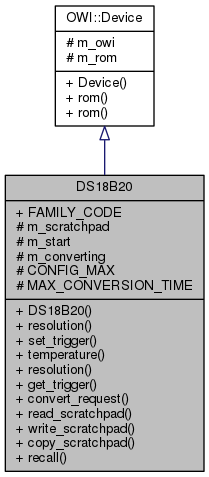
mikaelpatel/mikaelpatel.github.io keeps this Graphviz diagram as Arduino-OWI/d8/d99/classDS18B20__inherit__graph.png. Above is the earlier version. Its source is kept beside it as Arduino-OWI/d8/d99/classDS18B20__inherit__graph.dot.
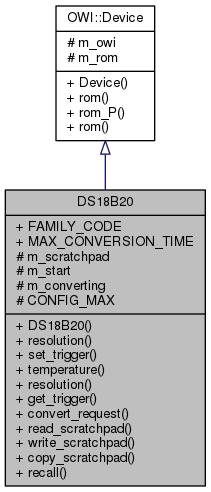
After the change.

The edit, as a diff of the source:
```diff
@@ -2,7 +2,7 @@
 {
   edge [fontname="Helvetica",fontsize="10",labelfontname="Helvetica",labelfontsize="10"];
   node [fontname="Helvetica",fontsize="10",shape=record];
-  Node1 [label="{DS18B20\n|+ FAMILY_CODE\l# m_scratchpad\l# m_start\l# m_converting\l# CONFIG_MAX\l# MAX_CONVERSION_TIME\l|+ DS18B20()\l+ resolution()\l+ set_trigger()\l+ temperature()\l+ resolution()\l+ get_trigger()\l+ convert_request()\l+ read_scratchpad()\l+ write_scratchpad()\l+ copy_scratchpad()\l+ recall()\l}",height=0.2,width=0.4,color="black", fillcolor="grey75", style="filled", fontcolor="black"];
+  Node1 [label="{DS18B20\n|+ FAMILY_CODE\l+ MAX_CONVERSION_TIME\l# m_scratchpad\l# m_start\l# m_converting\l# CONFIG_MAX\l|+ DS18B20()\l+ resolution()\l+ set_trigger()\l+ temperature()\l+ resolution()\l+ get_trigger()\l+ convert_request()\l+ read_scratchpad()\l+ write_scratchpad()\l+ copy_scratchpad()\l+ recall()\l}",height=0.2,width=0.4,color="black", fillcolor="grey75", style="filled", fontcolor="black"];
   Node2 -> Node1 [dir="back",color="midnightblue",fontsize="10",style="solid",arrowtail="onormal",fontname="Helvetica"];
-  Node2 [label="{OWI::Device\n|# m_owi\l# m_rom\l|+ Device()\l+ rom()\l+ rom()\l}",height=0.2,width=0.4,color="black", fillcolor="white", style="filled",URL="$d0/d7f/classOWI_1_1Device.html"];
+  Node2 [label="{OWI::Device\n|# m_owi\l# m_rom\l|+ Device()\l+ rom()\l+ rom_P()\l+ rom()\l}",height=0.2,width=0.4,color="black", fillcolor="white", style="filled",URL="$d0/d7f/classOWI_1_1Device.html"];
 }
```
